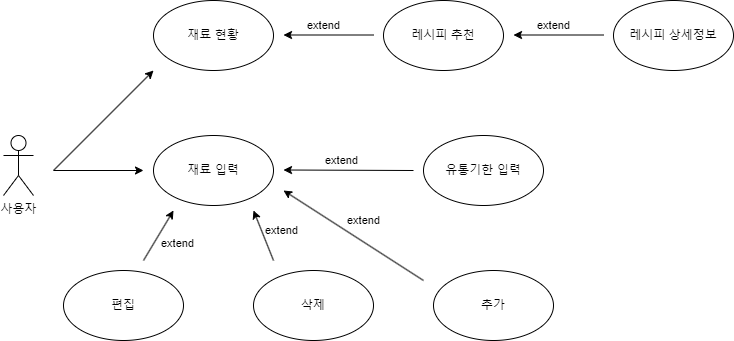
Earlier version of the draw.io export 수정/재료 관리-수정.png (Yoon-jae-min/UsecaseDiagram). Source tidied: cells renumbered, new cells last; positions are measured from the earlier drawing's top-left corner, leaving out a move shared by most shapes.
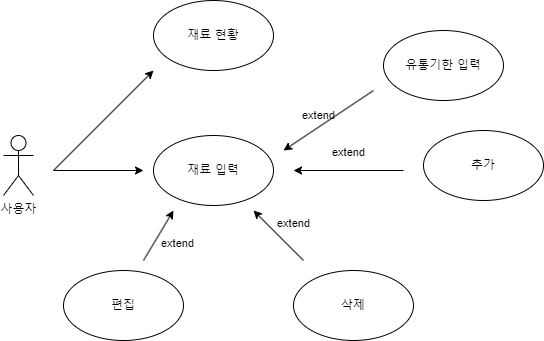
After the change.

Commit message:
재료 관리-수정.png 업데이트

Change to the diagram source:
```diff
@@ -8,17 +8,14 @@
     <mxCell id="3" value="재료 현황" style="ellipse;whiteSpace=wrap;html=1;fillColor=none;" parent="1" vertex="1">
       <mxGeometry x="150" width="120" height="70" as="geometry" />
     </mxCell>
-    <mxCell id="4" value="레시피 추천" style="ellipse;whiteSpace=wrap;html=1;fillColor=none;" parent="1" vertex="1">
-      <mxGeometry x="380" width="120" height="70" as="geometry" />
-    </mxCell>
     <mxCell id="5" value="재료 입력" style="ellipse;whiteSpace=wrap;html=1;fillColor=none;" parent="1" vertex="1">
       <mxGeometry x="150" y="135" width="120" height="70" as="geometry" />
     </mxCell>
     <mxCell id="6" value="추가" style="ellipse;whiteSpace=wrap;html=1;fillColor=none;" parent="1" vertex="1">
-      <mxGeometry x="430" y="270" width="120" height="70" as="geometry" />
+      <mxGeometry x="420" y="130" width="120" height="70" as="geometry" />
     </mxCell>
     <mxCell id="7" value="삭제" style="ellipse;whiteSpace=wrap;html=1;fillColor=none;" parent="1" vertex="1">
-      <mxGeometry x="250" y="270" width="120" height="70" as="geometry" />
+      <mxGeometry x="290" y="270" width="120" height="70" as="geometry" />
     </mxCell>
     <mxCell id="8" value="편집" style="ellipse;whiteSpace=wrap;html=1;fillColor=none;" parent="1" vertex="1">
       <mxGeometry x="60" y="270" width="120" height="70" as="geometry" />
@@ -37,13 +34,13 @@
     </mxCell>
     <mxCell id="11" value="extend" style="endArrow=classic;html=1;rounded=0;labelBackgroundColor=none;" parent="1" edge="1">
       <mxGeometry y="-18" relative="1" as="geometry">
-        <mxPoint x="420" y="280" as="sourcePoint" />
-        <mxPoint x="280" y="190" as="targetPoint" />
+        <mxPoint x="400" y="170" as="sourcePoint" />
+        <mxPoint x="290" y="170" as="targetPoint" />
       </mxGeometry>
     </mxCell>
     <mxCell id="12" value="extend" style="endArrow=classic;html=1;rounded=0;labelBackgroundColor=none;" parent="1" edge="1">
       <mxGeometry x="-0.06" y="-19" relative="1" as="geometry">
-        <mxPoint x="270" y="260" as="sourcePoint" />
+        <mxPoint x="300" y="260" as="sourcePoint" />
         <mxPoint x="250" y="210" as="targetPoint" />
       </mxGeometry>
     </mxCell>
@@ -53,28 +50,13 @@
         <mxPoint x="170" y="210" as="targetPoint" />
       </mxGeometry>
     </mxCell>
-    <mxCell id="14" value="extend" style="endArrow=classic;html=1;rounded=0;labelBackgroundColor=none;" parent="1" edge="1">
-      <mxGeometry x="0.11" y="-10" relative="1" as="geometry">
-        <mxPoint x="370" y="34.5" as="sourcePoint" />
-        <mxPoint x="280" y="34.5" as="targetPoint" />
-      </mxGeometry>
-    </mxCell>
-    <mxCell id="15" value="레시피 상세정보" style="ellipse;whiteSpace=wrap;html=1;fillColor=none;" parent="1" vertex="1">
-      <mxGeometry x="610" width="120" height="70" as="geometry" />
-    </mxCell>
-    <mxCell id="16" value="extend" style="endArrow=classic;html=1;rounded=0;labelBackgroundColor=none;" parent="1" edge="1">
-      <mxGeometry x="0.11" y="-10" relative="1" as="geometry">
-        <mxPoint x="600" y="34.5" as="sourcePoint" />
-        <mxPoint x="510" y="34.5" as="targetPoint" />
-      </mxGeometry>
-    </mxCell>
     <mxCell id="17" value="유통기한 입력" style="ellipse;whiteSpace=wrap;html=1;fillColor=none;" parent="1" vertex="1">
-      <mxGeometry x="420" y="135" width="120" height="70" as="geometry" />
+      <mxGeometry x="380" y="30" width="120" height="70" as="geometry" />
     </mxCell>
     <mxCell id="18" value="extend" style="endArrow=classic;html=1;rounded=0;labelBackgroundColor=none;" parent="1" edge="1">
       <mxGeometry x="0.11" y="-10" relative="1" as="geometry">
-        <mxPoint x="410" y="170" as="sourcePoint" />
-        <mxPoint x="280" y="169.5" as="targetPoint" />
+        <mxPoint x="370" y="90" as="sourcePoint" />
+        <mxPoint x="280" y="150" as="targetPoint" />
       </mxGeometry>
     </mxCell>
   </root>
```
